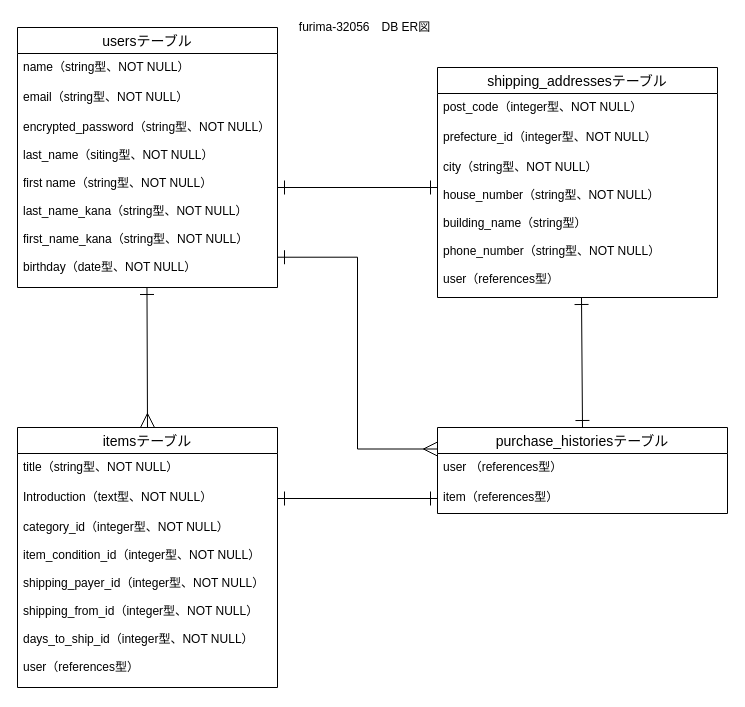
Before: furima.dio in mopomi/furima-32056, a draw.io diagram. Source tidied: cells renumbered, new cells numbered last; positions are measured from the earlier drawing's top-left corner, leaving out a move shared by most shapes. Both pictures are drawn from the tidied source at 100%, with x=0, y=0 at pixel (17, 17).
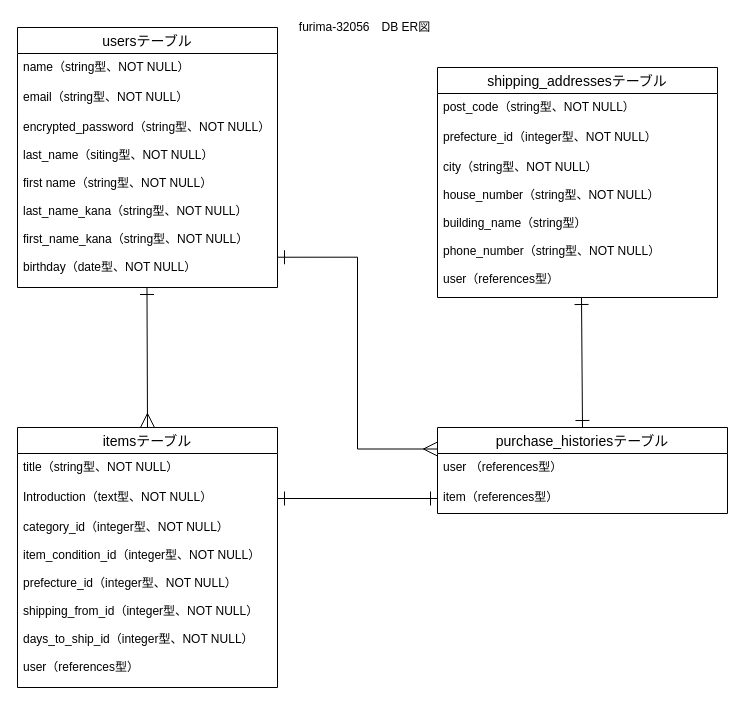
After the change.

Commit message (it also covers changes not shown here):
データベース設計（再修正）

The change refers to these unchanged cells:
```xml
<mxCell id="7" value="shipping_addressesテーブル" style="swimlane;fontStyle=0;horizontal=1;startSize=26;align=center;fontSize=14;" parent="1" vertex="1">
  <mxGeometry x="420" y="50" width="280" height="230" as="geometry" />
</mxCell>
<mxCell id="19" value="itemsテーブル" style="swimlane;fontStyle=0;horizontal=1;startSize=26;align=center;fontSize=14;direction=east;" parent="1" vertex="1">
  <mxGeometry y="410" width="260" height="260" as="geometry" />
</mxCell>
```

Change to the diagram source:
```diff
@@
-    <mxCell id="8" value="post_code（integer型、NOT NULL）" style="text;strokeColor=none;fillColor=none;spacingLeft=4;spacingRight=4;overflow=hidden;fontSize=12;" parent="7" vertex="1">
+    <mxCell id="8" value="post_code（string型、NOT NULL）" style="text;strokeColor=none;fillColor=none;spacingLeft=4;spacingRight=4;overflow=hidden;fontSize=12;" parent="7" vertex="1">
       <mxGeometry y="26" width="280" height="30" as="geometry" />
     </mxCell>
@@
-    <mxCell id="11" style="edgeStyle=none;rounded=0;orthogonalLoop=1;jettySize=auto;html=1;startArrow=ERone;startFill=0;endArrow=ERone;endFill=0;targetPerimeterSpacing=0;sourcePerimeterSpacing=0;jumpStyle=none;endSize=12;startSize=12;" parent="1" edge="1">
-      <mxGeometry relative="1" as="geometry">
-        <mxPoint x="260" y="170" as="sourcePoint" />
-        <mxPoint x="420" y="170" as="targetPoint" />
-      </mxGeometry>
-    </mxCell>
@@
-    <mxCell id="22" value="category_id（integer型、NOT NULL）&#10;&#10;item_condition_id（integer型、NOT NULL）&#10;&#10;shipping_payer_id（integer型、NOT NULL）&#10;&#10;shipping_from_id（integer型、NOT NULL）&#10;&#10;days_to_ship_id（integer型、NOT NULL）&#10;&#10;user（references型）&#10;&#10;" style="text;strokeColor=none;fillColor=none;spacingLeft=4;spacingRight=4;overflow=hidden;fontSize=12;" parent="19" vertex="1">
+    <mxCell id="22" value="category_id（integer型、NOT NULL）&#10;&#10;item_condition_id（integer型、NOT NULL）&#10;&#10;prefecture_id（integer型、NOT NULL）&#10;&#10;shipping_from_id（integer型、NOT NULL）&#10;&#10;days_to_ship_id（integer型、NOT NULL）&#10;&#10;user（references型）&#10;&#10;" style="text;strokeColor=none;fillColor=none;spacingLeft=4;spacingRight=4;overflow=hidden;fontSize=12;" parent="19" vertex="1">
       <mxGeometry y="86" width="260" height="174" as="geometry" />
     </mxCell>
```
